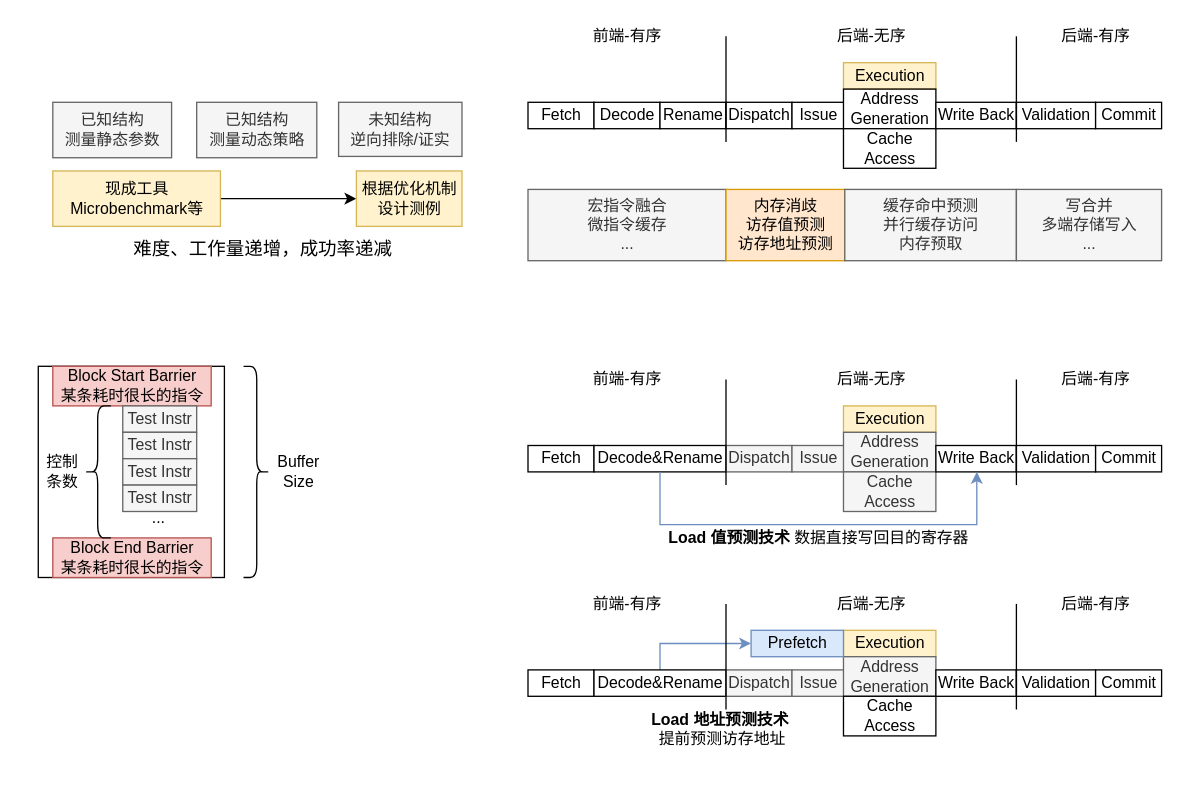
MatteoYang2002/drawio keeps this draw.io diagram as bsherfinal.drawio. Above is the earlier version. Source tidied: cells renumbered, new cells numbered last; positions are measured from the earlier drawing's top-left corner, leaving out a move shared by most shapes. Both pictures are drawn from the tidied source at 132%, with x=0, y=0 at pixel (26, 22).
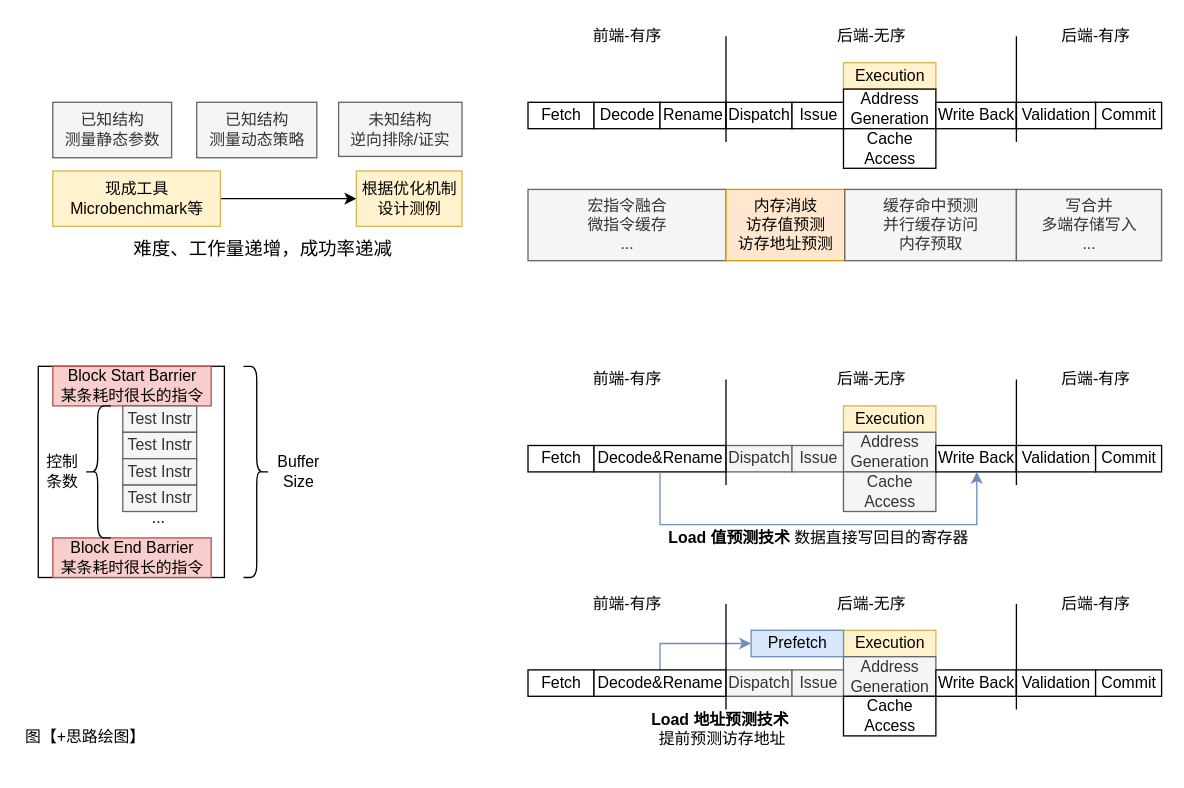
Above is the later version.

Diff of the diagram source:
```diff
@@
+    <mxCell id="76" value="图【+思路绘图】" style="text;whiteSpace=wrap;" parent="1" vertex="1">
+      <mxGeometry x="-3" y="527" width="119" height="36" as="geometry" />
+    </mxCell>
```
